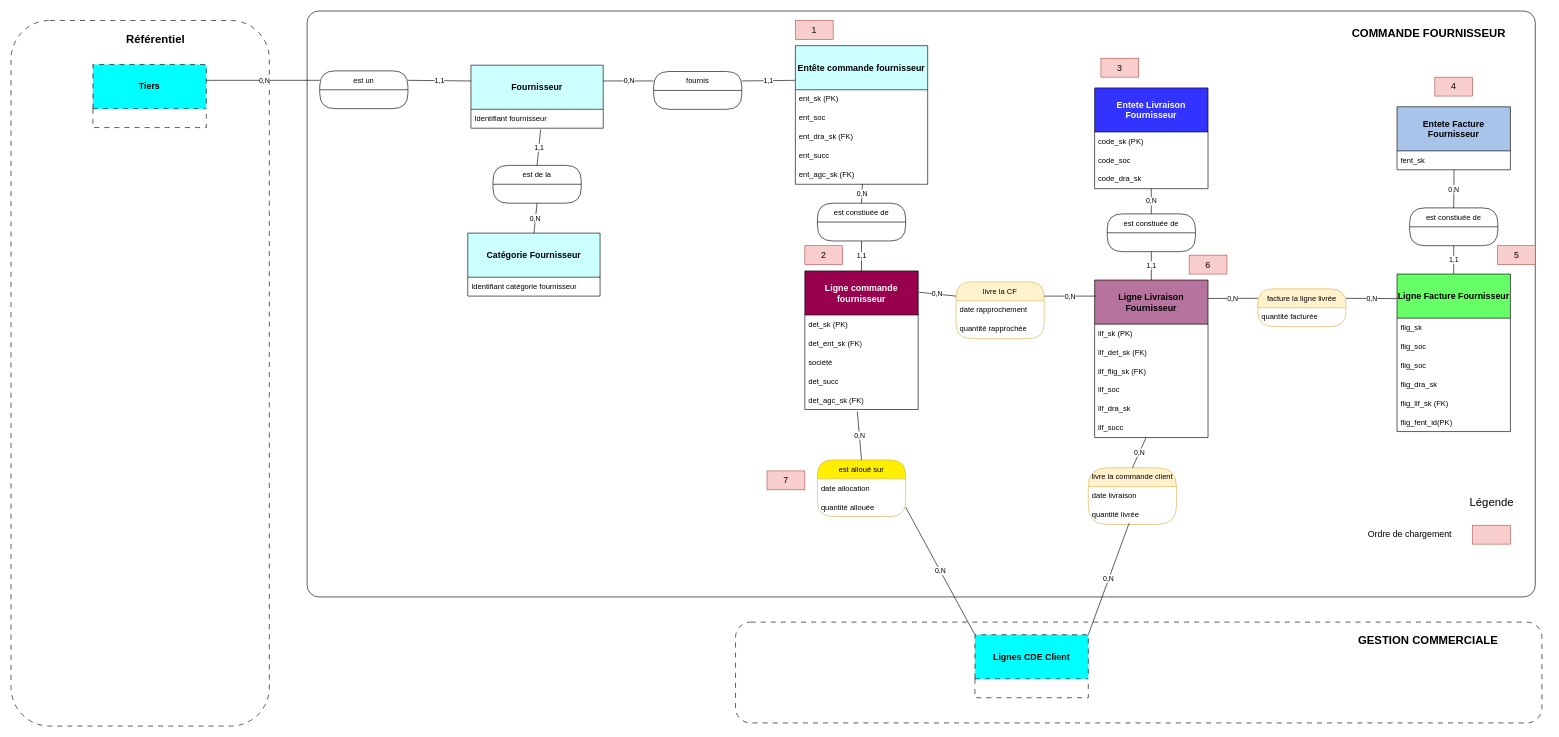
This is DWH achats.drawio from NicolasMoineNeemba/MCD, a draw.io file, before an edit. Source tidied: cells renumbered, new cells numbered last; positions are measured from the earlier drawing's top-left corner, leaving out a move shared by most shapes. Both pictures are drawn from the tidied source at 63%, with x=0, y=0 at pixel (11, 11).
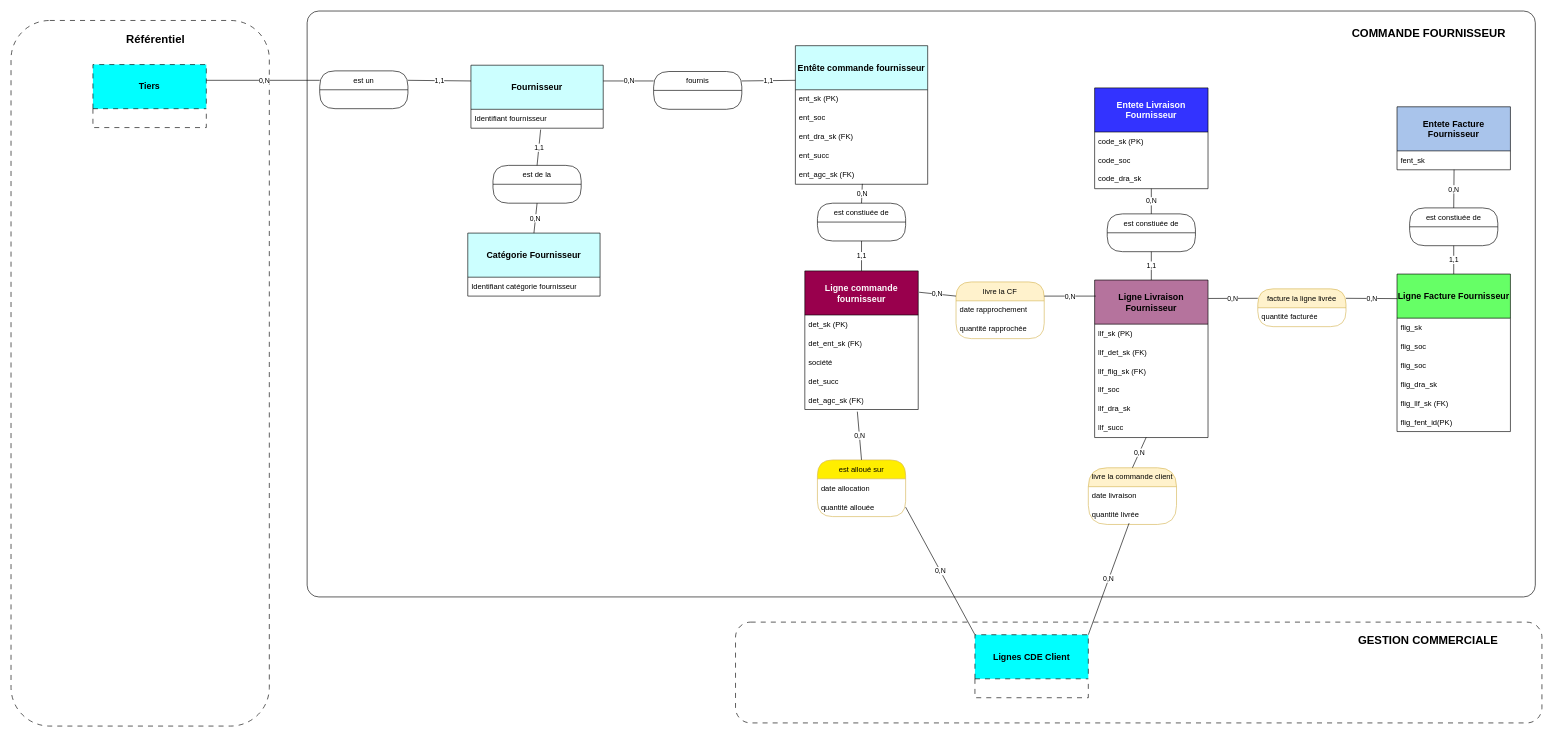
The same page after the edit.

Commit message (it also covers changes not shown here):
MAJ Domaine appro

suppression des onglets inutiles

The edit, as a diff of the source:
```diff
@@
-    <mxCell id="38" value="&lt;font style=&quot;font-size: 14px;&quot;&gt;1&lt;/font&gt;" style="text;html=1;align=center;verticalAlign=middle;whiteSpace=wrap;rounded=0;fillColor=#f8cecc;strokeColor=#b85450;" parent="1" vertex="1">
-      <mxGeometry x="1245" y="15" width="60" height="30" as="geometry" />
-    </mxCell>
-    <mxCell id="39" value="&lt;font style=&quot;font-size: 14px;&quot;&gt;2&lt;/font&gt;" style="text;html=1;align=center;verticalAlign=middle;whiteSpace=wrap;rounded=0;fillColor=#f8cecc;strokeColor=#b85450;" parent="1" vertex="1">
-      <mxGeometry x="1260" y="372.5" width="60" height="30" as="geometry" />
-    </mxCell>
-    <mxCell id="40" value="&lt;font style=&quot;font-size: 14px;&quot;&gt;3&lt;/font&gt;" style="text;html=1;align=center;verticalAlign=middle;whiteSpace=wrap;rounded=0;fontFamily=Helvetica;fontSize=12;fillColor=#f8cecc;strokeColor=#b85450;" parent="1" vertex="1">
-      <mxGeometry x="1730" y="75" width="60" height="30" as="geometry" />
-    </mxCell>
-    <mxCell id="41" value="&lt;font style=&quot;font-size: 14px;&quot;&gt;4&lt;/font&gt;" style="text;html=1;align=center;verticalAlign=middle;whiteSpace=wrap;rounded=0;fillColor=#f8cecc;strokeColor=#b85450;" parent="1" vertex="1">
-      <mxGeometry x="2260" y="105" width="60" height="30" as="geometry" />
-    </mxCell>
-    <mxCell id="42" value="&lt;font style=&quot;font-size: 14px;&quot;&gt;5&lt;/font&gt;" style="text;html=1;align=center;verticalAlign=middle;whiteSpace=wrap;rounded=0;fillColor=#f8cecc;strokeColor=#b85450;" parent="1" vertex="1">
-      <mxGeometry x="2359.5" y="372.5" width="60" height="30" as="geometry" />
-    </mxCell>
-    <mxCell id="43" value="&lt;font style=&quot;font-size: 14px;&quot;&gt;6&lt;/font&gt;" style="text;html=1;align=center;verticalAlign=middle;whiteSpace=wrap;rounded=0;fillColor=#f8cecc;strokeColor=#b85450;" parent="1" vertex="1">
-      <mxGeometry x="1870" y="387.5" width="60" height="30" as="geometry" />
-    </mxCell>
-    <mxCell id="44" value="&lt;font style=&quot;font-size: 14px;&quot;&gt;7&lt;/font&gt;" style="text;html=1;align=center;verticalAlign=middle;whiteSpace=wrap;rounded=0;fillColor=#f8cecc;strokeColor=#b85450;" parent="1" vertex="1">
-      <mxGeometry x="1200" y="730" width="60" height="30" as="geometry" />
-    </mxCell>
-    <mxCell id="45" style="text;html=1;align=center;verticalAlign=middle;whiteSpace=wrap;rounded=0;fillColor=#f8cecc;strokeColor=#b85450;" parent="1" vertex="1">
-      <mxGeometry x="2320" y="816.2" width="60" height="30" as="geometry" />
-    </mxCell>
-    <mxCell id="46" value="&lt;font style=&quot;font-size: 14px;&quot;&gt;Ordre de chargement&lt;/font&gt;" style="text;html=1;align=center;verticalAlign=middle;strokeColor=none;fillColor=none;" parent="1" vertex="1">
-      <mxGeometry x="2140" y="816.2" width="160" height="30" as="geometry" />
-    </mxCell>
-    <mxCell id="47" value="&lt;font style=&quot;font-size: 18px;&quot;&gt;Légende&lt;/font&gt;" style="text;html=1;align=center;verticalAlign=middle;strokeColor=none;fillColor=none;" parent="1" vertex="1">
-      <mxGeometry x="2305" y="760" width="90" height="40" as="geometry" />
-    </mxCell>
```
